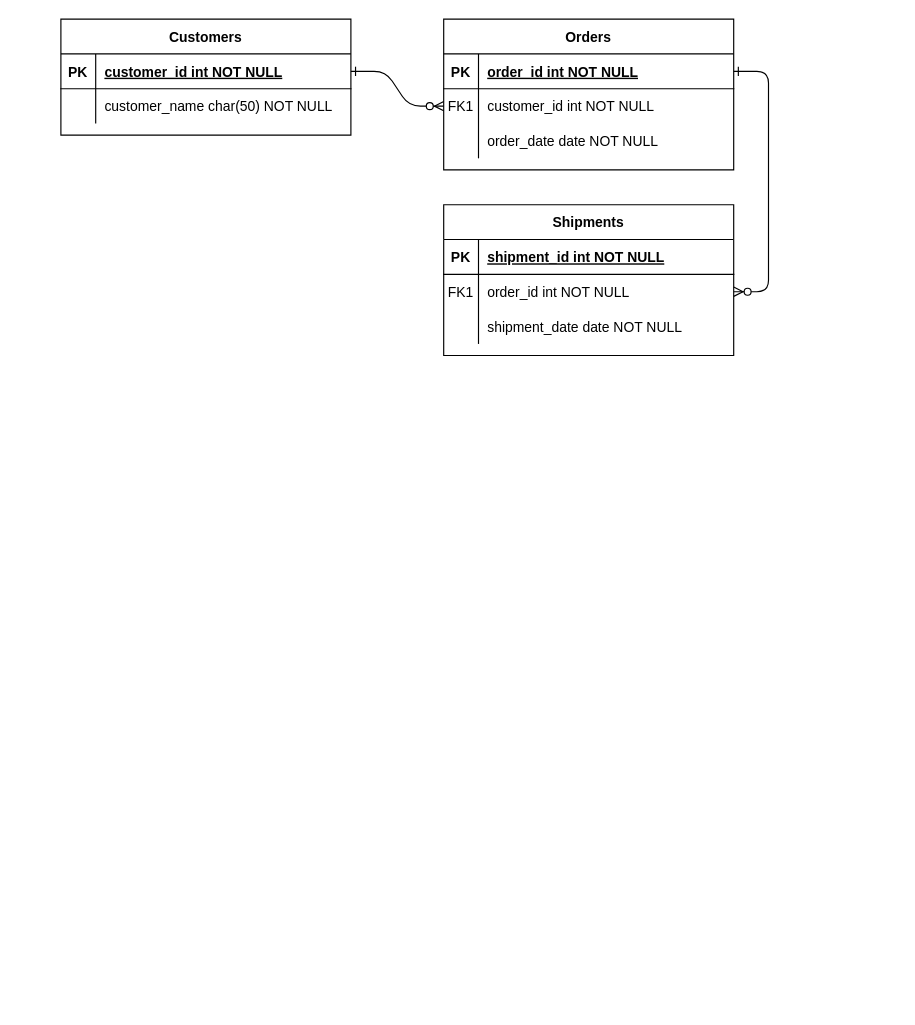
Before: page "Page-1" (1 of 2) of 未命名绘图.drawio in InitialCoder/learn, a draw.io diagram. Source tidied: cells renumbered, new cells numbered last; positions are measured from the earlier drawing's top-left corner, leaving out a move shared by most shapes. Both pictures are drawn from the tidied source at 116%, with x=0, y=0 at pixel (60, 19).
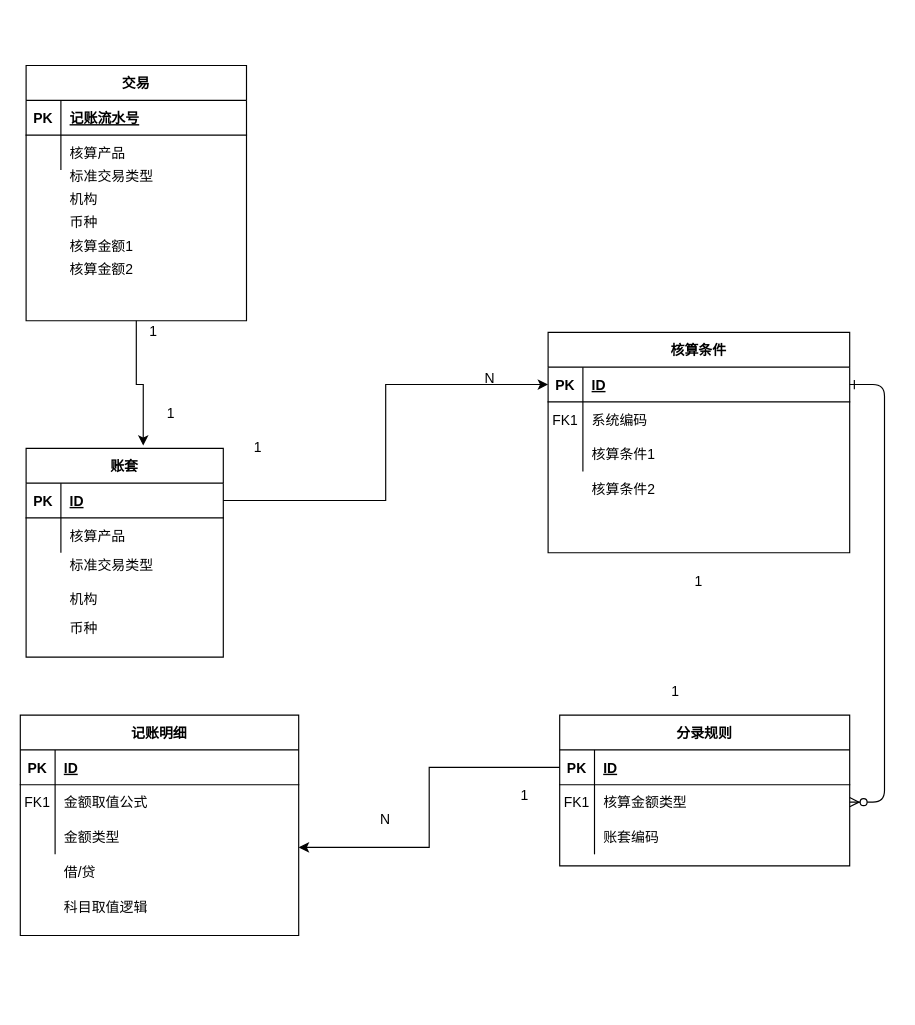
The same page after the edit.

Commit message:
更新未命名绘图.drawio

Unchanged cells that the change refers to:
```xml
<mxCell id="15" style="shape=partialRectangle;fillColor=none;points=[[0,0.5],[1,0.5]];portConstraint=eastwest;top=0;left=0;right=0;bottom=1;" parent="14" vertex="1">
  <mxGeometry y="30" width="250" height="30" as="geometry" />
</mxCell>
<mxCell id="18" style="shape=partialRectangle;fillColor=none;points=[[0,0.5],[1,0.5]];portConstraint=eastwest;top=0;left=0;right=0;bottom=0;" parent="14" vertex="1">
  <mxGeometry y="60" width="250" height="30" as="geometry" />
</mxCell>
<mxCell id="21" style="shape=partialRectangle;fillColor=none;top=0;left=0;right=0;bottom=0;" parent="14" vertex="1">
  <mxGeometry y="90" width="250" height="30" as="geometry" />
</mxCell>
```

The edit, as a diff of the source:
```diff
@@
-    <mxCell id="2" style="edgeStyle=entityRelationEdgeStyle;endArrow=ERzeroToMany;startArrow=ERone;endFill=1;startFill=0;" parent="1" edge="1" source="25" target="8">
-      <mxGeometry relative="1" as="geometry" />
-    </mxCell>
@@
+    <mxCell id="31" style="group;" parent="1" vertex="1">
+      <mxGeometry x="-30" y="40" width="250" height="220" as="geometry" />
+    </mxCell>
+    <mxCell id="32" value="交易" style="shape=table;startSize=30;childLayout=tableLayout;rowLines=0;fontStyle=1;align=center;" parent="31" vertex="1">
+      <mxGeometry width="190" height="220" as="geometry" />
+    </mxCell>
+    <mxCell id="33" style="shape=partialRectangle;fillColor=none;top=0;left=0;right=0;bottom=1;" parent="32" vertex="1">
+      <mxGeometry y="30" width="190" height="30" as="geometry" />
+    </mxCell>
+    <mxCell id="34" value="PK" style="shape=partialRectangle;overflow=hidden;fillColor=none;top=0;left=0;bottom=0;right=0;fontStyle=1;" parent="33" vertex="1">
+      <mxGeometry width="30" height="30" as="geometry" />
+    </mxCell>
+    <mxCell id="35" value="记账流水号" style="shape=partialRectangle;overflow=hidden;fillColor=none;top=0;left=0;bottom=0;right=0;align=left;spacingLeft=6;fontStyle=5;" parent="33" vertex="1">
+      <mxGeometry x="30" width="160" height="30" as="geometry" />
+    </mxCell>
+    <mxCell id="36" style="shape=partialRectangle;fillColor=none;top=0;left=0;right=0;bottom=0;" parent="32" vertex="1">
+      <mxGeometry y="60" width="190" height="30" as="geometry" />
+    </mxCell>
+    <mxCell id="37" style="shape=partialRectangle;overflow=hidden;fillColor=none;top=0;left=0;bottom=0;right=0;" parent="36" vertex="1">
+      <mxGeometry width="30" height="30" as="geometry" />
+    </mxCell>
+    <mxCell id="38" value="核算产品" style="shape=partialRectangle;overflow=hidden;fillColor=none;top=0;left=0;bottom=0;right=0;align=left;spacingLeft=6;" parent="36" vertex="1">
+      <mxGeometry x="30" width="160" height="30" as="geometry" />
+    </mxCell>
+    <mxCell id="39" value="标准交易类型" style="shape=partialRectangle;overflow=hidden;fillColor=none;top=0;left=0;bottom=0;right=0;align=left;spacingLeft=6;" parent="31" vertex="1">
+      <mxGeometry x="30" y="80" width="220" height="30" as="geometry" />
+    </mxCell>
+    <mxCell id="40" value="机构" style="shape=partialRectangle;overflow=hidden;fillColor=none;top=0;left=0;bottom=0;right=0;align=left;spacingLeft=6;" parent="31" vertex="1">
+      <mxGeometry x="30" y="100" width="220" height="30" as="geometry" />
+    </mxCell>
+    <mxCell id="41" value="币种" style="shape=partialRectangle;overflow=hidden;fillColor=none;top=0;left=0;bottom=0;right=0;align=left;spacingLeft=6;" parent="31" vertex="1">
+      <mxGeometry x="30" y="120" width="220" height="30" as="geometry" />
+    </mxCell>
+    <mxCell id="42" value="核算金额1" style="shape=partialRectangle;overflow=hidden;fillColor=none;top=0;left=0;bottom=0;right=0;align=left;spacingLeft=6;" parent="31" vertex="1">
+      <mxGeometry x="30" y="140" width="220" height="30" as="geometry" />
+    </mxCell>
+    <mxCell id="43" value="核算金额2" style="shape=partialRectangle;overflow=hidden;fillColor=none;top=0;left=0;bottom=0;right=0;align=left;spacingLeft=6;" parent="31" vertex="1">
+      <mxGeometry x="30" y="160" width="220" height="30" as="geometry" />
+    </mxCell>
+    <mxCell id="44" value="1" style="text;html=1;strokeColor=none;fillColor=none;align=center;verticalAlign=middle;whiteSpace=wrap;rounded=0;" parent="1" vertex="1">
+      <mxGeometry x="60" y="260" width="40" height="20" as="geometry" />
+    </mxCell>
+    <mxCell id="45" value="1" style="text;html=1;strokeColor=none;fillColor=none;align=center;verticalAlign=middle;whiteSpace=wrap;rounded=0;" parent="1" vertex="1">
+      <mxGeometry x="75" y="330" width="40" height="20" as="geometry" />
+    </mxCell>
+    <mxCell id="46" style="group;" parent="1" vertex="1">
+      <mxGeometry x="-35" y="600" width="260" height="250" as="geometry" />
+    </mxCell>
+    <mxCell id="47" value="记账明细" style="shape=table;startSize=30;childLayout=tableLayout;rowLines=0;fontStyle=1;align=center;" parent="46" vertex="1">
+      <mxGeometry width="240" height="190" as="geometry" />
+    </mxCell>
+    <mxCell id="48" style="shape=partialRectangle;fillColor=none;top=0;left=0;right=0;bottom=1;" parent="47" vertex="1">
+      <mxGeometry y="30" width="240" height="30" as="geometry" />
+    </mxCell>
+    <mxCell id="49" value="PK" style="shape=partialRectangle;overflow=hidden;fillColor=none;top=0;left=0;bottom=0;right=0;fontStyle=1;" parent="48" vertex="1">
+      <mxGeometry width="30" height="30" as="geometry" />
+    </mxCell>
+    <mxCell id="50" value="ID" style="shape=partialRectangle;overflow=hidden;fillColor=none;top=0;left=0;bottom=0;right=0;align=left;spacingLeft=6;fontStyle=5;" parent="48" vertex="1">
+      <mxGeometry x="30" width="210" height="30" as="geometry" />
+    </mxCell>
+    <mxCell id="51" style="shape=partialRectangle;fillColor=none;top=0;left=0;right=0;bottom=0;" parent="47" vertex="1">
+      <mxGeometry y="60" width="240" height="30" as="geometry" />
+    </mxCell>
+    <mxCell id="52" value="FK1" style="shape=partialRectangle;overflow=hidden;fillColor=none;top=0;left=0;bottom=0;right=0;" parent="51" vertex="1">
+      <mxGeometry width="30" height="30" as="geometry" />
+    </mxCell>
+    <mxCell id="53" value="金额取值公式" style="shape=partialRectangle;overflow=hidden;fillColor=none;top=0;left=0;bottom=0;right=0;align=left;spacingLeft=6;" parent="51" vertex="1">
+      <mxGeometry x="30" width="210" height="30" as="geometry" />
+    </mxCell>
+    <mxCell id="54" style="shape=partialRectangle;fillColor=none;points=[[0,0.5],[1,0.5]];portConstraint=eastwest;top=0;left=0;right=0;bottom=0;" parent="47" vertex="1">
+      <mxGeometry y="90" width="240" height="30" as="geometry" />
+    </mxCell>
+    <mxCell id="55" style="shape=partialRectangle;overflow=hidden;fillColor=none;top=0;left=0;bottom=0;right=0;" parent="54" vertex="1">
+      <mxGeometry width="30" height="30" as="geometry" />
+    </mxCell>
+    <mxCell id="56" value="金额类型" style="shape=partialRectangle;overflow=hidden;fillColor=none;top=0;left=0;bottom=0;right=0;align=left;spacingLeft=6;" parent="54" vertex="1">
+      <mxGeometry x="30" width="210" height="30" as="geometry" />
+    </mxCell>
+    <mxCell id="57" value="借/贷" style="shape=partialRectangle;overflow=hidden;fillColor=none;top=0;left=0;bottom=0;right=0;align=left;spacingLeft=6;" parent="46" vertex="1">
+      <mxGeometry x="30" y="120" width="230" height="30" as="geometry" />
+    </mxCell>
+    <mxCell id="58" value="科目取值逻辑" style="shape=partialRectangle;overflow=hidden;fillColor=none;top=0;left=0;bottom=0;right=0;align=left;spacingLeft=6;" parent="46" vertex="1">
+      <mxGeometry x="30" y="150" width="230" height="30" as="geometry" />
+    </mxCell>
+    <mxCell id="59" value="N" style="text;html=1;strokeColor=none;fillColor=none;align=center;verticalAlign=middle;whiteSpace=wrap;rounded=0;" parent="1" vertex="1">
+      <mxGeometry x="260" y="680" width="40" height="20" as="geometry" />
+    </mxCell>
+    <mxCell id="60" style="group;" parent="1" vertex="1">
+      <mxGeometry x="350" y="270" width="330" height="225" as="geometry" />
+    </mxCell>
-    <mxCell id="4" value="Orders" style="shape=table;startSize=30;childLayout=tableLayout;rowLines=0;fontStyle=1;align=center;" parent="1" vertex="1">
-      <mxGeometry x="330" width="250" height="130" as="geometry" />
+    <mxCell id="4" value="核算条件" style="shape=table;startSize=30;childLayout=tableLayout;rowLines=0;fontStyle=1;align=center;" parent="60" vertex="1">
+      <mxGeometry x="70" width="260" height="190" as="geometry" />
     </mxCell>
     <mxCell id="5" style="shape=partialRectangle;fillColor=none;points=[[0,0.5],[1,0.5]];portConstraint=eastwest;top=0;left=0;right=0;bottom=1;" parent="4" vertex="1">
-      <mxGeometry y="30" width="250" height="30" as="geometry" />
+      <mxGeometry y="30" width="260" height="30" as="geometry" />
     </mxCell>
@@
-    <mxCell id="7" value="order_id int NOT NULL " style="shape=partialRectangle;overflow=hidden;fillColor=none;top=0;left=0;bottom=0;right=0;align=left;spacingLeft=6;fontStyle=5;" parent="5" vertex="1">
-      <mxGeometry x="30" width="220" height="30" as="geometry" />
+    <mxCell id="7" value="ID" style="shape=partialRectangle;overflow=hidden;fillColor=none;top=0;left=0;bottom=0;right=0;align=left;spacingLeft=6;fontStyle=5;" parent="5" vertex="1">
+      <mxGeometry x="30" width="230" height="30" as="geometry" />
     </mxCell>
     <mxCell id="8" style="shape=partialRectangle;fillColor=none;points=[[0,0.5],[1,0.5]];portConstraint=eastwest;top=0;left=0;right=0;bottom=0;" parent="4" vertex="1">
-      <mxGeometry y="60" width="250" height="30" as="geometry" />
+      <mxGeometry y="60" width="260" height="30" as="geometry" />
     </mxCell>
@@
-    <mxCell id="10" value="customer_id int NOT NULL" style="shape=partialRectangle;overflow=hidden;fillColor=none;top=0;left=0;bottom=0;right=0;align=left;spacingLeft=6;" parent="8" vertex="1">
-      <mxGeometry x="30" width="220" height="30" as="geometry" />
+    <mxCell id="10" value="系统编码" style="shape=partialRectangle;overflow=hidden;fillColor=none;top=0;left=0;bottom=0;right=0;align=left;spacingLeft=6;" parent="8" vertex="1">
+      <mxGeometry x="30" width="230" height="30" as="geometry" />
     </mxCell>
     <mxCell id="11" style="shape=partialRectangle;fillColor=none;top=0;left=0;right=0;bottom=0;" parent="4" vertex="1">
-      <mxGeometry y="90" width="250" height="30" as="geometry" />
+      <mxGeometry y="90" width="260" height="30" as="geometry" />
     </mxCell>
@@
-    <mxCell id="13" value="order_date date NOT NULL" style="shape=partialRectangle;overflow=hidden;fillColor=none;top=0;left=0;bottom=0;right=0;align=left;spacingLeft=6;" parent="11" vertex="1">
-      <mxGeometry x="30" width="220" height="30" as="geometry" />
+    <mxCell id="13" value="核算条件1" style="shape=partialRectangle;overflow=hidden;fillColor=none;top=0;left=0;bottom=0;right=0;align=left;spacingLeft=6;" parent="11" vertex="1">
+      <mxGeometry x="30" width="230" height="30" as="geometry" />
     </mxCell>
+    <mxCell id="61" value="N" style="text;html=1;strokeColor=none;fillColor=none;align=center;verticalAlign=middle;whiteSpace=wrap;rounded=0;" parent="60" vertex="1">
+      <mxGeometry y="30" width="40" height="20" as="geometry" />
+    </mxCell>
+    <mxCell id="62" value="1" style="text;html=1;strokeColor=none;fillColor=none;align=center;verticalAlign=middle;whiteSpace=wrap;rounded=0;" parent="60" vertex="1">
+      <mxGeometry x="180" y="205" width="40" height="20" as="geometry" />
+    </mxCell>
+    <mxCell id="63" value="核算条件2" style="shape=partialRectangle;overflow=hidden;fillColor=none;top=0;left=0;bottom=0;right=0;align=left;spacingLeft=6;" parent="60" vertex="1">
+      <mxGeometry x="100" y="120" width="230" height="30" as="geometry" />
+    </mxCell>
+    <mxCell id="64" style="edgeStyle=orthogonalEdgeStyle;rounded=0;jettySize=auto;html=1;exitX=0.5;exitY=1;exitDx=0;exitDy=0;entryX=0.594;entryY=-0.013;entryDx=0;entryDy=0;entryPerimeter=0;" parent="1" edge="1" source="32" target="24">
+      <mxGeometry relative="1" as="geometry" />
+    </mxCell>
+    <mxCell id="65" style="group;" parent="1" vertex="1">
+      <mxGeometry x="380" y="570" width="300" height="160" as="geometry" />
+    </mxCell>
+    <mxCell id="66" style="group;" parent="65" vertex="1">
+      <mxGeometry x="50" width="250" height="160" as="geometry" />
+    </mxCell>
+    <mxCell id="67" value="1" style="text;html=1;strokeColor=none;fillColor=none;align=center;verticalAlign=middle;whiteSpace=wrap;rounded=0;" parent="66" vertex="1">
+      <mxGeometry x="80" width="40" height="20" as="geometry" />
+    </mxCell>
-    <mxCell id="14" value="Shipments" style="shape=table;startSize=30;childLayout=tableLayout;rowLines=0;fontStyle=1;align=center;" parent="1" vertex="1">
-      <mxGeometry x="330" y="160" width="250" height="130" as="geometry" />
+    <mxCell id="14" value="分录规则" style="shape=table;startSize=30;childLayout=tableLayout;rowLines=0;fontStyle=1;align=center;" parent="66" vertex="1">
+      <mxGeometry y="30" width="250" height="130" as="geometry" />
     </mxCell>
@@
-    <mxCell id="17" value="shipment_id int NOT NULL " style="shape=partialRectangle;overflow=hidden;fillColor=none;top=0;left=0;bottom=0;right=0;align=left;spacingLeft=6;fontStyle=5;" parent="15" vertex="1">
+    <mxCell id="17" value="ID" style="shape=partialRectangle;overflow=hidden;fillColor=none;top=0;left=0;bottom=0;right=0;align=left;spacingLeft=6;fontStyle=5;" parent="15" vertex="1">
       <mxGeometry x="30" width="220" height="30" as="geometry" />
     </mxCell>
@@
-    <mxCell id="20" value="order_id int NOT NULL" style="shape=partialRectangle;overflow=hidden;fillColor=none;top=0;left=0;bottom=0;right=0;align=left;spacingLeft=6;" parent="18" vertex="1">
+    <mxCell id="20" value="核算金额类型" style="shape=partialRectangle;overflow=hidden;fillColor=none;top=0;left=0;bottom=0;right=0;align=left;spacingLeft=6;" parent="18" vertex="1">
       <mxGeometry x="30" width="220" height="30" as="geometry" />
     </mxCell>
@@
-    <mxCell id="23" value="shipment_date date NOT NULL" style="shape=partialRectangle;overflow=hidden;fillColor=none;top=0;left=0;bottom=0;right=0;align=left;spacingLeft=6;" parent="21" vertex="1">
+    <mxCell id="23" value="账套编码" style="shape=partialRectangle;overflow=hidden;fillColor=none;top=0;left=0;bottom=0;right=0;align=left;spacingLeft=6;" parent="21" vertex="1">
       <mxGeometry x="30" width="220" height="30" as="geometry" />
     </mxCell>
+    <mxCell id="68" value="1" style="text;html=1;strokeColor=none;fillColor=none;align=center;verticalAlign=middle;whiteSpace=wrap;rounded=0;" parent="65" vertex="1">
+      <mxGeometry y="90" width="40" height="20" as="geometry" />
+    </mxCell>
+    <mxCell id="69" style="edgeStyle=orthogonalEdgeStyle;rounded=0;jettySize=auto;html=1;exitX=0;exitY=0.5;exitDx=0;exitDy=0;entryX=1;entryY=0.8;entryDx=0;entryDy=0;entryPerimeter=0;" parent="1" edge="1" source="15" target="54">
+      <mxGeometry relative="1" as="geometry" />
+    </mxCell>
+    <mxCell id="70" style="edgeStyle=orthogonalEdgeStyle;rounded=0;jettySize=auto;html=1;entryX=0;entryY=0.5;entryDx=0;entryDy=0;" parent="1" edge="1" source="25" target="5">
+      <mxGeometry relative="1" as="geometry" />
+    </mxCell>
+    <mxCell id="71" style="group;" parent="1" vertex="1">
+      <mxGeometry x="-30" y="360" width="220" height="240" as="geometry" />
+    </mxCell>
-    <mxCell id="24" value="Customers" style="shape=table;startSize=30;childLayout=tableLayout;rowLines=0;fontStyle=1;align=center;" parent="1" vertex="1">
-      <mxGeometry width="250" height="100" as="geometry" />
+    <mxCell id="24" value="账套" style="shape=table;startSize=30;childLayout=tableLayout;rowLines=0;fontStyle=1;align=center;" parent="71" vertex="1">
+      <mxGeometry y="10" width="170" height="180" as="geometry" />
     </mxCell>
     <mxCell id="25" style="shape=partialRectangle;fillColor=none;points=[[0,0.5],[1,0.5]];portConstraint=eastwest;top=0;left=0;right=0;bottom=1;" parent="24" vertex="1">
-      <mxGeometry y="30" width="250" height="30" as="geometry" />
+      <mxGeometry y="30" width="170" height="30" as="geometry" />
     </mxCell>
@@
-    <mxCell id="27" value="customer_id int NOT NULL " style="shape=partialRectangle;overflow=hidden;fillColor=none;top=0;left=0;bottom=0;right=0;align=left;spacingLeft=6;fontStyle=5;" parent="25" vertex="1">
-      <mxGeometry x="30" width="220" height="30" as="geometry" />
+    <mxCell id="27" value="ID" style="shape=partialRectangle;overflow=hidden;fillColor=none;top=0;left=0;bottom=0;right=0;align=left;spacingLeft=6;fontStyle=5;" parent="25" vertex="1">
+      <mxGeometry x="30" width="140" height="30" as="geometry" />
     </mxCell>
     <mxCell id="28" style="shape=partialRectangle;fillColor=none;top=0;left=0;right=0;bottom=0;" parent="24" vertex="1">
-      <mxGeometry y="60" width="250" height="30" as="geometry" />
+      <mxGeometry y="60" width="170" height="30" as="geometry" />
     </mxCell>
@@
-    <mxCell id="30" value="customer_name char(50) NOT NULL" style="shape=partialRectangle;overflow=hidden;fillColor=none;top=0;left=0;bottom=0;right=0;align=left;spacingLeft=6;" parent="28" vertex="1">
-      <mxGeometry x="30" width="220" height="30" as="geometry" />
+    <mxCell id="30" value="核算产品" style="shape=partialRectangle;overflow=hidden;fillColor=none;top=0;left=0;bottom=0;right=0;align=left;spacingLeft=6;" parent="28" vertex="1">
+      <mxGeometry x="30" width="140" height="30" as="geometry" />
     </mxCell>
+    <mxCell id="72" value="标准交易类型" style="shape=partialRectangle;overflow=hidden;fillColor=none;top=0;left=0;bottom=0;right=0;align=left;spacingLeft=6;" parent="71" vertex="1">
+      <mxGeometry x="30" y="95" width="130" height="30" as="geometry" />
+    </mxCell>
+    <mxCell id="73" value="机构" style="shape=partialRectangle;overflow=hidden;fillColor=none;top=0;left=0;bottom=0;right=0;align=left;spacingLeft=6;" parent="71" vertex="1">
+      <mxGeometry x="30" y="125" width="130" height="30" as="geometry" />
+    </mxCell>
+    <mxCell id="74" value="币种" style="shape=partialRectangle;overflow=hidden;fillColor=none;top=0;left=0;bottom=0;right=0;align=left;spacingLeft=6;" parent="71" vertex="1">
+      <mxGeometry x="30" y="150" width="130" height="30" as="geometry" />
+    </mxCell>
+    <mxCell id="75" value="1" style="text;html=1;strokeColor=none;fillColor=none;align=center;verticalAlign=middle;whiteSpace=wrap;rounded=0;" parent="71" vertex="1">
+      <mxGeometry x="180" width="40" height="20" as="geometry" />
+    </mxCell>
```
